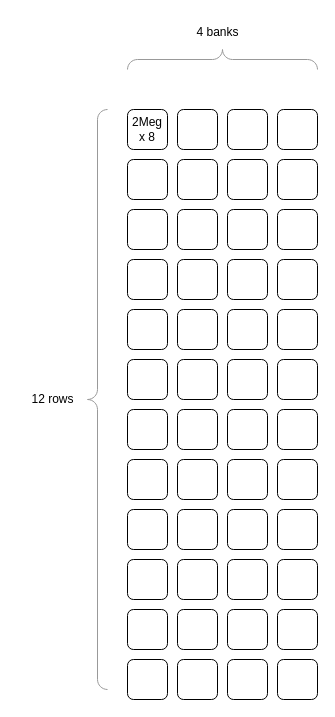
Above: images/MemoryOrganisaton.drawio in prithvi-narayan-bhat/sdramController (draw.io), before the change. Source tidied: cells renumbered, new cells numbered last; positions are measured from the earlier drawing's top-left corner, leaving out a move shared by most shapes. Both pictures are drawn from the tidied source at 100%, with x=0, y=0 at pixel (17, 17).
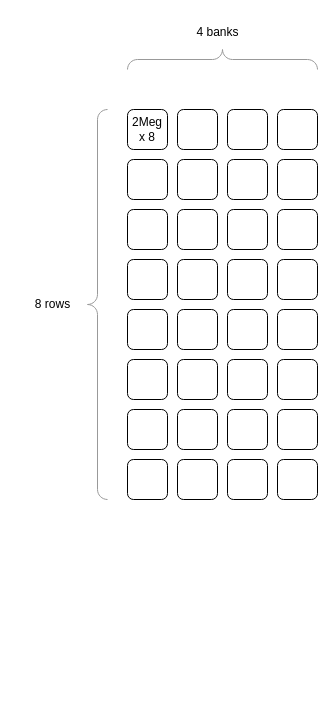
After the change.

Diff of the diagram source:
```diff
@@
-    <mxCell id="34" style="rounded=1;whiteSpace=wrap;html=1;" parent="1" vertex="1">
-      <mxGeometry x="110" y="492" width="40" height="40" as="geometry" />
-    </mxCell>
-    <mxCell id="35" style="rounded=1;whiteSpace=wrap;html=1;" parent="1" vertex="1">
-      <mxGeometry x="160" y="492" width="40" height="40" as="geometry" />
-    </mxCell>
-    <mxCell id="36" style="rounded=1;whiteSpace=wrap;html=1;" parent="1" vertex="1">
-      <mxGeometry x="210" y="492" width="40" height="40" as="geometry" />
-    </mxCell>
-    <mxCell id="37" style="rounded=1;whiteSpace=wrap;html=1;" parent="1" vertex="1">
-      <mxGeometry x="260" y="492" width="40" height="40" as="geometry" />
-    </mxCell>
-    <mxCell id="38" style="rounded=1;whiteSpace=wrap;html=1;" parent="1" vertex="1">
-      <mxGeometry x="110" y="542" width="40" height="40" as="geometry" />
-    </mxCell>
-    <mxCell id="39" style="rounded=1;whiteSpace=wrap;html=1;" parent="1" vertex="1">
-      <mxGeometry x="160" y="542" width="40" height="40" as="geometry" />
-    </mxCell>
-    <mxCell id="40" style="rounded=1;whiteSpace=wrap;html=1;" parent="1" vertex="1">
-      <mxGeometry x="210" y="542" width="40" height="40" as="geometry" />
-    </mxCell>
-    <mxCell id="41" style="rounded=1;whiteSpace=wrap;html=1;" parent="1" vertex="1">
-      <mxGeometry x="260" y="542" width="40" height="40" as="geometry" />
-    </mxCell>
-    <mxCell id="42" style="rounded=1;whiteSpace=wrap;html=1;" parent="1" vertex="1">
-      <mxGeometry x="110" y="592" width="40" height="40" as="geometry" />
-    </mxCell>
-    <mxCell id="43" style="rounded=1;whiteSpace=wrap;html=1;" parent="1" vertex="1">
-      <mxGeometry x="160" y="592" width="40" height="40" as="geometry" />
-    </mxCell>
-    <mxCell id="44" style="rounded=1;whiteSpace=wrap;html=1;" parent="1" vertex="1">
-      <mxGeometry x="210" y="592" width="40" height="40" as="geometry" />
-    </mxCell>
-    <mxCell id="45" style="rounded=1;whiteSpace=wrap;html=1;" parent="1" vertex="1">
-      <mxGeometry x="260" y="592" width="40" height="40" as="geometry" />
-    </mxCell>
-    <mxCell id="46" style="rounded=1;whiteSpace=wrap;html=1;" parent="1" vertex="1">
-      <mxGeometry x="110" y="642" width="40" height="40" as="geometry" />
-    </mxCell>
-    <mxCell id="47" style="rounded=1;whiteSpace=wrap;html=1;" parent="1" vertex="1">
-      <mxGeometry x="160" y="642" width="40" height="40" as="geometry" />
-    </mxCell>
-    <mxCell id="48" style="rounded=1;whiteSpace=wrap;html=1;" parent="1" vertex="1">
-      <mxGeometry x="210" y="642" width="40" height="40" as="geometry" />
-    </mxCell>
-    <mxCell id="49" style="rounded=1;whiteSpace=wrap;html=1;" parent="1" vertex="1">
-      <mxGeometry x="260" y="642" width="40" height="40" as="geometry" />
-    </mxCell>
@@
     <mxCell id="52" style="labelPosition=right;align=left;strokeWidth=1;shape=mxgraph.mockup.markup.curlyBrace;html=1;shadow=0;dashed=0;strokeColor=#999999;direction=north;" parent="1" vertex="1">
-      <mxGeometry x="70" y="92" width="20" height="580" as="geometry" />
+      <mxGeometry x="70" y="92" width="20" height="390" as="geometry" />
     </mxCell>
-    <mxCell id="53" value="12 rows" style="text;html=1;align=center;verticalAlign=middle;strokeColor=none;fillColor=none;" parent="1" vertex="1">
-      <mxGeometry y="367" width="70" height="30" as="geometry" />
+    <mxCell id="53" value="8 rows" style="text;html=1;align=center;verticalAlign=middle;strokeColor=none;fillColor=none;" parent="1" vertex="1">
+      <mxGeometry x="5" y="272" width="60" height="30" as="geometry" />
     </mxCell>
```
